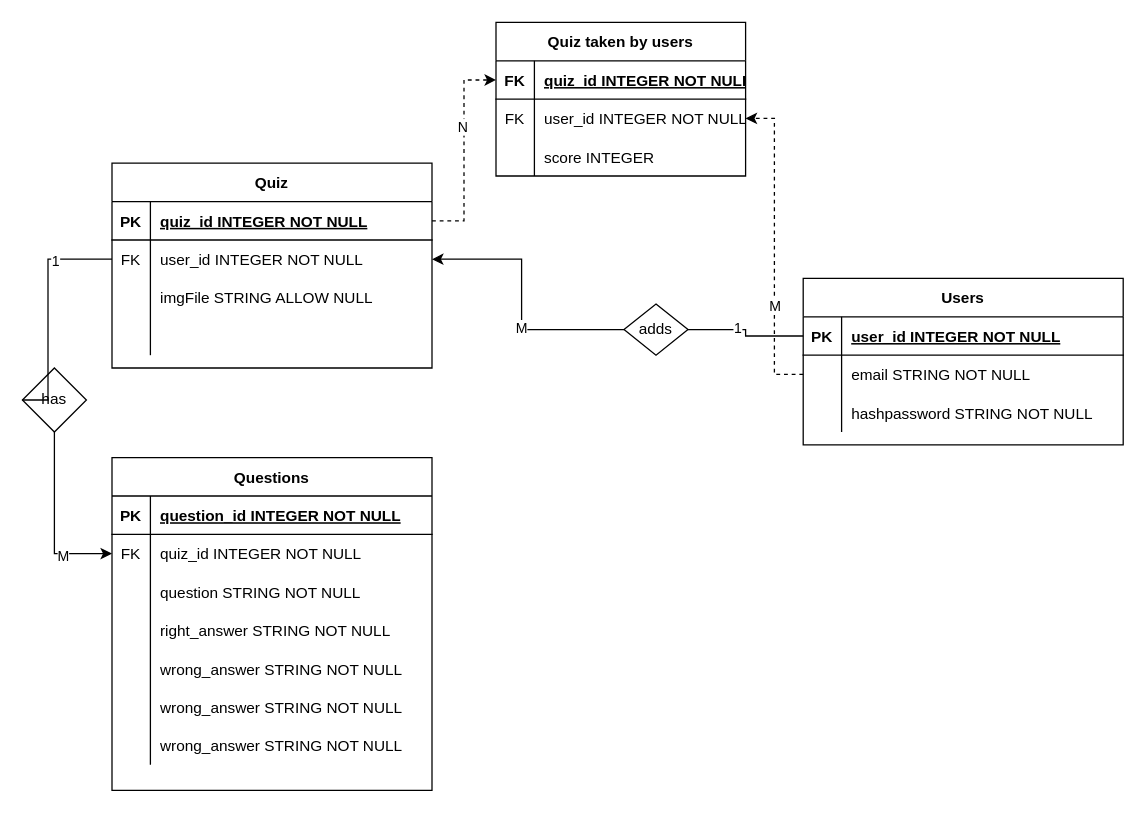
Earlier version of the draw.io diagram assets/quizzy-diagram/quizzy.drawio (niklas-f-a/Quizzy-backend). Source tidied: cells renumbered, new cells numbered last; positions are measured from the earlier drawing's top-left corner, leaving out a move shared by most shapes. Both pictures are drawn from the tidied source at 128%, with x=0, y=0 at pixel (22, 22).
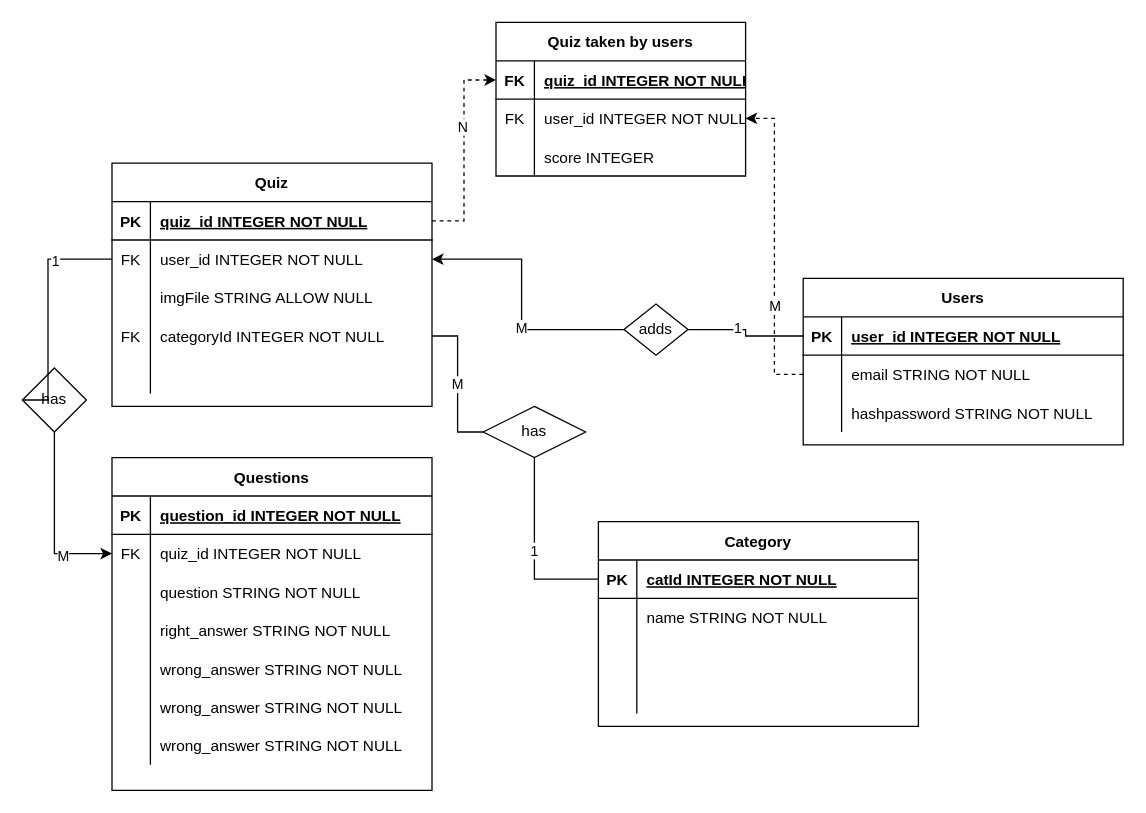
After the change.

The change refers to these unchanged cells:
```xml
<mxCell id="44" style="shape=partialRectangle;fillColor=none;points=[[0,0.5],[1,0.5]];portConstraint=eastwest;top=0;left=0;right=0;bottom=0;" parent="34" vertex="1">
  <mxGeometry y="120" width="250" height="30" as="geometry" />
</mxCell>
```

What changed in the source:
```diff
@@
     <mxCell id="34" value="Quiz" style="shape=table;startSize=30;childLayout=tableLayout;rowLines=0;fontStyle=1;align=center;" parent="1" vertex="1">
-      <mxGeometry x="70" y="110" width="250" height="160" as="geometry" />
+      <mxGeometry x="70" y="110" width="250" height="190" as="geometry" />
     </mxCell>
@@
-    <mxCell id="45" style="shape=partialRectangle;overflow=hidden;fillColor=none;top=0;left=0;bottom=0;right=0;" parent="44" vertex="1">
+    <mxCell id="45" value="FK" style="shape=partialRectangle;overflow=hidden;fillColor=none;top=0;left=0;bottom=0;right=0;" parent="44" vertex="1">
       <mxGeometry width="30" height="30" as="geometry" />
     </mxCell>
-    <mxCell id="46" style="shape=partialRectangle;overflow=hidden;fillColor=none;top=0;left=0;bottom=0;right=0;align=left;spacingLeft=6;" parent="44" vertex="1">
+    <mxCell id="46" value="categoryId INTEGER NOT NULL" style="shape=partialRectangle;overflow=hidden;fillColor=none;top=0;left=0;bottom=0;right=0;align=left;spacingLeft=6;" parent="44" vertex="1">
       <mxGeometry x="30" width="220" height="30" as="geometry" />
     </mxCell>
+    <mxCell id="71" style="shape=partialRectangle;fillColor=none;top=0;left=0;right=0;bottom=0;" parent="34" vertex="1">
+      <mxGeometry y="150" width="250" height="30" as="geometry" />
+    </mxCell>
+    <mxCell id="72" style="shape=partialRectangle;overflow=hidden;fillColor=none;top=0;left=0;bottom=0;right=0;" parent="71" vertex="1">
+      <mxGeometry width="30" height="30" as="geometry" />
+    </mxCell>
+    <mxCell id="73" style="shape=partialRectangle;overflow=hidden;fillColor=none;top=0;left=0;bottom=0;right=0;align=left;spacingLeft=6;" parent="71" vertex="1">
+      <mxGeometry x="30" width="220" height="30" as="geometry" />
+    </mxCell>
@@
+    <mxCell id="74" value="Category" style="shape=table;startSize=30;childLayout=tableLayout;rowLines=0;fontStyle=1;align=center;" parent="1" vertex="1">
+      <mxGeometry x="450" y="390" width="250" height="160" as="geometry" />
+    </mxCell>
+    <mxCell id="75" style="shape=partialRectangle;fillColor=none;points=[[0,0.5],[1,0.5]];portConstraint=eastwest;top=0;left=0;right=0;bottom=1;" parent="74" vertex="1">
+      <mxGeometry y="30" width="250" height="30" as="geometry" />
+    </mxCell>
+    <mxCell id="76" value="PK" style="shape=partialRectangle;overflow=hidden;fillColor=none;top=0;left=0;bottom=0;right=0;fontStyle=1;" parent="75" vertex="1">
+      <mxGeometry width="30" height="30" as="geometry" />
+    </mxCell>
+    <mxCell id="77" value="catId INTEGER NOT NULL" style="shape=partialRectangle;overflow=hidden;fillColor=none;top=0;left=0;bottom=0;right=0;align=left;spacingLeft=6;fontStyle=5;" parent="75" vertex="1">
+      <mxGeometry x="30" width="220" height="30" as="geometry" />
+    </mxCell>
+    <mxCell id="78" style="shape=partialRectangle;fillColor=none;top=0;left=0;right=0;bottom=0;" parent="74" vertex="1">
+      <mxGeometry y="60" width="250" height="30" as="geometry" />
+    </mxCell>
+    <mxCell id="79" style="shape=partialRectangle;overflow=hidden;fillColor=none;top=0;left=0;bottom=0;right=0;" parent="78" vertex="1">
+      <mxGeometry width="30" height="30" as="geometry" />
+    </mxCell>
+    <mxCell id="80" value="name STRING NOT NULL" style="shape=partialRectangle;overflow=hidden;fillColor=none;top=0;left=0;bottom=0;right=0;align=left;spacingLeft=6;" parent="78" vertex="1">
+      <mxGeometry x="30" width="220" height="30" as="geometry" />
+    </mxCell>
+    <mxCell id="81" style="shape=partialRectangle;fillColor=none;top=0;left=0;right=0;bottom=0;" parent="74" vertex="1">
+      <mxGeometry y="90" width="250" height="30" as="geometry" />
+    </mxCell>
+    <mxCell id="82" style="shape=partialRectangle;overflow=hidden;fillColor=none;top=0;left=0;bottom=0;right=0;" parent="81" vertex="1">
+      <mxGeometry width="30" height="30" as="geometry" />
+    </mxCell>
+    <mxCell id="83" style="shape=partialRectangle;overflow=hidden;fillColor=none;top=0;left=0;bottom=0;right=0;align=left;spacingLeft=6;" parent="81" vertex="1">
+      <mxGeometry x="30" width="220" height="30" as="geometry" />
+    </mxCell>
+    <mxCell id="84" style="shape=partialRectangle;fillColor=none;top=0;left=0;right=0;bottom=0;" parent="74" vertex="1">
+      <mxGeometry y="120" width="250" height="30" as="geometry" />
+    </mxCell>
+    <mxCell id="85" style="shape=partialRectangle;overflow=hidden;fillColor=none;top=0;left=0;bottom=0;right=0;" parent="84" vertex="1">
+      <mxGeometry width="30" height="30" as="geometry" />
+    </mxCell>
+    <mxCell id="86" style="shape=partialRectangle;overflow=hidden;fillColor=none;top=0;left=0;bottom=0;right=0;align=left;spacingLeft=6;" parent="84" vertex="1">
+      <mxGeometry x="30" width="220" height="30" as="geometry" />
+    </mxCell>
+    <mxCell id="87" value="1" style="edgeStyle=orthogonalEdgeStyle;rounded=0;jettySize=auto;html=1;entryX=0;entryY=0.5;entryDx=0;entryDy=0;endArrow=none;endFill=0;startArrow=none;" parent="1" edge="1" source="88" target="75">
+      <mxGeometry relative="1" as="geometry" />
+    </mxCell>
+    <mxCell id="88" value="has" style="rhombus;whiteSpace=wrap;html=1;" parent="1" vertex="1">
+      <mxGeometry x="360" y="300" width="80" height="40" as="geometry" />
+    </mxCell>
+    <mxCell id="89" value="M" style="edgeStyle=orthogonalEdgeStyle;rounded=0;jettySize=auto;html=1;entryX=0;entryY=0.5;entryDx=0;entryDy=0;endArrow=none;endFill=0;" parent="1" edge="1" source="44" target="88">
+      <mxGeometry relative="1" as="geometry" />
+    </mxCell>
```
